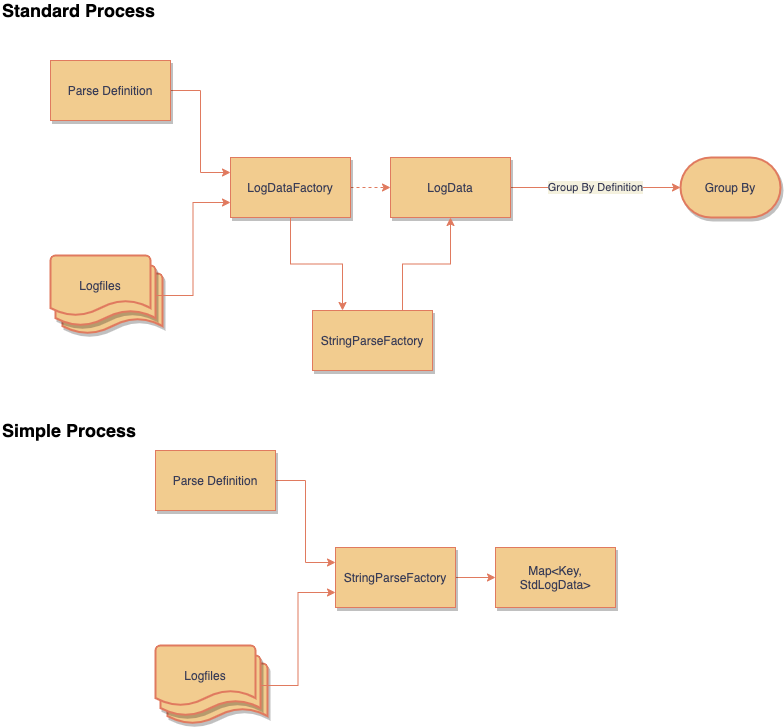
This is diagrams/Log_Parser-Processes.png from adobe/log-parser, a draw.io export, as it was before one commit. Source tidied: cells renumbered, new cells last; positions are measured from the earlier drawing's top-left corner, leaving out a move shared by most shapes.
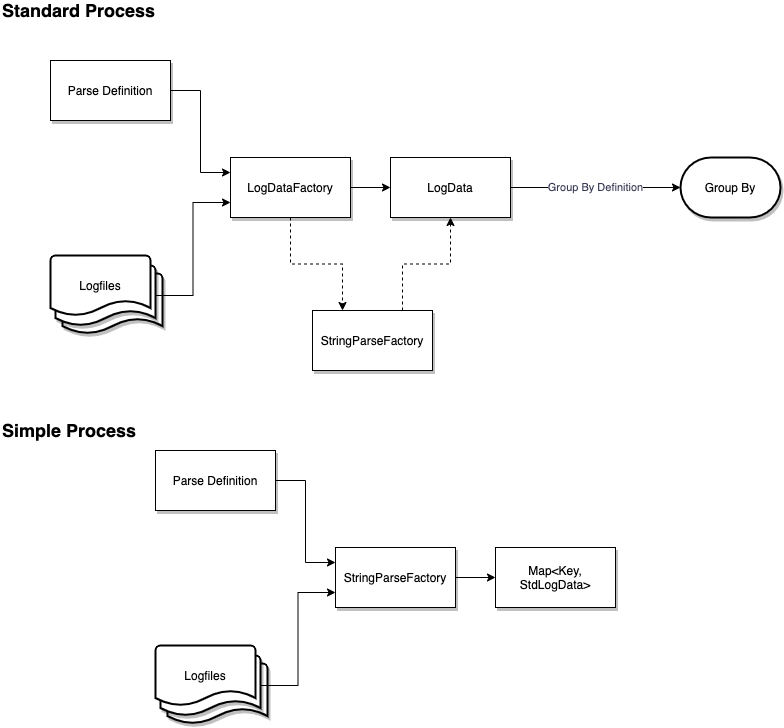
After the commit.

What changed in the source:
```diff
@@ -1,98 +1,98 @@
-<mxGraphModel background="#F4F1DE">
+<mxGraphModel background="#FFFFFF">
   <root>
     <mxCell id="0" />
     <mxCell id="1" parent="0" />
-    <mxCell id="2" style="edgeStyle=orthogonalEdgeStyle;rounded=0;jettySize=auto;html=1;exitX=1;exitY=0.5;exitDx=0;exitDy=0;entryX=0;entryY=0.25;entryDx=0;entryDy=0;labelBackgroundColor=#F4F1DE;strokeColor=#E07A5F;fontColor=#393C56;" parent="1" edge="1" source="3" target="9">
+    <mxCell id="2" style="edgeStyle=orthogonalEdgeStyle;rounded=0;jettySize=auto;html=1;exitX=1;exitY=0.5;exitDx=0;exitDy=0;entryX=0;entryY=0.25;entryDx=0;entryDy=0;labelBackgroundColor=#FFFFFF;fontColor=#393C56;" parent="1" edge="1" source="3" target="9">
       <mxGeometry relative="1" as="geometry" />
     </mxCell>
-    <mxCell id="3" value="Parse Definition" style="rounded=0;whiteSpace=wrap;html=1;fillColor=#F2CC8F;strokeColor=#E07A5F;fontColor=#393C56;shadow=1;" parent="1" vertex="1">
+    <mxCell id="3" value="Parse Definition" style="rounded=0;whiteSpace=wrap;html=1;shadow=1;labelBackgroundColor=#FFFFFF;" parent="1" vertex="1">
       <mxGeometry x="50" y="60" width="120" height="60" as="geometry" />
     </mxCell>
-    <mxCell id="4" style="group;fontColor=#393C56;" parent="1" vertex="1">
+    <mxCell id="4" style="group;labelBackgroundColor=#FFFFFF;" parent="1" vertex="1">
       <mxGeometry x="50" y="255" width="112" height="78" as="geometry" />
     </mxCell>
-    <mxCell id="5" style="strokeWidth=2;html=1;shape=mxgraph.flowchart.document2;whiteSpace=wrap;size=0.25;shadow=1;fillColor=#F2CC8F;strokeColor=#E07A5F;fontColor=#393C56;" parent="4" vertex="1">
+    <mxCell id="5" style="strokeWidth=2;html=1;shape=mxgraph.flowchart.document2;whiteSpace=wrap;size=0.25;shadow=1;labelBackgroundColor=#FFFFFF;" parent="4" vertex="1">
       <mxGeometry x="12" y="18" width="100" height="60" as="geometry" />
     </mxCell>
-    <mxCell id="6" style="strokeWidth=2;html=1;shape=mxgraph.flowchart.document2;whiteSpace=wrap;size=0.25;shadow=1;fillColor=#F2CC8F;strokeColor=#E07A5F;fontColor=#393C56;" parent="4" vertex="1">
+    <mxCell id="6" style="strokeWidth=2;html=1;shape=mxgraph.flowchart.document2;whiteSpace=wrap;size=0.25;shadow=1;labelBackgroundColor=#FFFFFF;" parent="4" vertex="1">
       <mxGeometry x="5" y="10" width="100" height="60" as="geometry" />
     </mxCell>
-    <mxCell id="7" value="Logfiles" style="strokeWidth=2;html=1;shape=mxgraph.flowchart.document2;whiteSpace=wrap;size=0.25;fillColor=#F2CC8F;strokeColor=#E07A5F;fontColor=#393C56;" parent="4" vertex="1">
+    <mxCell id="7" value="Logfiles" style="strokeWidth=2;html=1;shape=mxgraph.flowchart.document2;whiteSpace=wrap;size=0.25;labelBackgroundColor=#FFFFFF;" parent="4" vertex="1">
       <mxGeometry width="100" height="60" as="geometry" />
     </mxCell>
-    <mxCell id="8" style="edgeStyle=orthogonalEdgeStyle;rounded=0;jettySize=auto;html=1;exitX=1;exitY=0.5;exitDx=0;exitDy=0;entryX=0;entryY=0.5;entryDx=0;entryDy=0;strokeColor=#E07A5F;fontColor=#393C56;labelBackgroundColor=#F4F1DE;dashed=1;" parent="1" edge="1" source="9" target="13">
+    <mxCell id="8" style="edgeStyle=orthogonalEdgeStyle;rounded=0;jettySize=auto;html=1;exitX=1;exitY=0.5;exitDx=0;exitDy=0;entryX=0;entryY=0.5;entryDx=0;entryDy=0;fontColor=#393C56;labelBackgroundColor=#FFFFFF;" parent="1" edge="1" source="9" target="13">
       <mxGeometry relative="1" as="geometry" />
     </mxCell>
-    <mxCell id="9" value="LogDataFactory" style="rounded=0;whiteSpace=wrap;html=1;shadow=1;fillColor=#F2CC8F;strokeColor=#E07A5F;fontColor=#393C56;" parent="1" vertex="1">
+    <mxCell id="9" value="LogDataFactory" style="rounded=0;whiteSpace=wrap;html=1;shadow=1;labelBackgroundColor=#FFFFFF;" parent="1" vertex="1">
       <mxGeometry x="230" y="157" width="120" height="60" as="geometry" />
     </mxCell>
-    <mxCell id="10" value="Group By Definition" style="edgeStyle=orthogonalEdgeStyle;rounded=0;jettySize=auto;html=1;exitX=1;exitY=0.5;exitDx=0;exitDy=0;entryX=0;entryY=0.5;entryDx=0;entryDy=0;entryPerimeter=0;fontColor=#393C56;strokeColor=#E07A5F;labelBackgroundColor=#F4F1DE;" parent="1" edge="1" source="13" target="12">
+    <mxCell id="10" value="Group By Definition" style="edgeStyle=orthogonalEdgeStyle;rounded=0;jettySize=auto;html=1;exitX=1;exitY=0.5;exitDx=0;exitDy=0;entryX=0;entryY=0.5;entryDx=0;entryDy=0;entryPerimeter=0;fontColor=#393C56;labelBackgroundColor=#FFFFFF;" parent="1" edge="1" source="13" target="12">
       <mxGeometry relative="1" as="geometry" />
     </mxCell>
-    <mxCell id="11" style="edgeStyle=orthogonalEdgeStyle;rounded=0;orthogonalLoop=1;jettySize=auto;html=1;exitX=0.5;exitY=1;exitDx=0;exitDy=0;labelBackgroundColor=#F4F1DE;strokeColor=#E07A5F;fontColor=#393C56;" parent="1" edge="1">
+    <mxCell id="11" style="edgeStyle=orthogonalEdgeStyle;rounded=0;orthogonalLoop=1;jettySize=auto;html=1;exitX=0.5;exitY=1;exitDx=0;exitDy=0;labelBackgroundColor=#FFFFFF;fontColor=#393C56;" parent="1" edge="1">
       <mxGeometry relative="1" as="geometry">
         <mxPoint x="470" y="222" as="sourcePoint" />
         <mxPoint x="470" y="222" as="targetPoint" />
       </mxGeometry>
     </mxCell>
-    <mxCell id="12" value="Group By" style="strokeWidth=2;html=1;shape=mxgraph.flowchart.terminator;whiteSpace=wrap;shadow=1;strokeColor=#E07A5F;fontColor=#393C56;fillColor=#F2CC8F;" parent="1" vertex="1">
+    <mxCell id="12" value="Group By" style="strokeWidth=2;html=1;shape=mxgraph.flowchart.terminator;whiteSpace=wrap;shadow=1;labelBackgroundColor=#FFFFFF;" parent="1" vertex="1">
       <mxGeometry x="680" y="157" width="100" height="60" as="geometry" />
     </mxCell>
-    <mxCell id="13" value="LogData" style="rounded=0;whiteSpace=wrap;html=1;shadow=1;fillColor=#F2CC8F;strokeColor=#E07A5F;fontColor=#393C56;" parent="1" vertex="1">
+    <mxCell id="13" value="LogData" style="rounded=0;whiteSpace=wrap;html=1;shadow=1;labelBackgroundColor=#FFFFFF;" parent="1" vertex="1">
       <mxGeometry x="390" y="157" width="120" height="60" as="geometry" />
     </mxCell>
-    <mxCell id="14" style="edgeStyle=orthogonalEdgeStyle;rounded=0;jettySize=auto;html=1;exitX=1;exitY=0.5;exitDx=0;exitDy=0;exitPerimeter=0;entryX=0;entryY=0.75;entryDx=0;entryDy=0;fontColor=#393C56;labelBackgroundColor=#F4F1DE;strokeColor=#E07A5F;" parent="1" edge="1" source="6" target="9">
+    <mxCell id="14" style="edgeStyle=orthogonalEdgeStyle;rounded=0;jettySize=auto;html=1;exitX=1;exitY=0.5;exitDx=0;exitDy=0;exitPerimeter=0;entryX=0;entryY=0.75;entryDx=0;entryDy=0;fontColor=#393C56;labelBackgroundColor=#FFFFFF;" parent="1" edge="1" source="6" target="9">
       <mxGeometry relative="1" as="geometry" />
     </mxCell>
-    <mxCell id="15" style="edgeStyle=orthogonalEdgeStyle;rounded=0;jettySize=auto;html=1;exitX=1;exitY=0.5;exitDx=0;exitDy=0;entryX=0;entryY=0.25;entryDx=0;entryDy=0;labelBackgroundColor=#F4F1DE;strokeColor=#E07A5F;fontColor=#393C56;" parent="1" edge="1" source="16" target="22">
+    <mxCell id="15" style="edgeStyle=orthogonalEdgeStyle;rounded=0;jettySize=auto;html=1;exitX=1;exitY=0.5;exitDx=0;exitDy=0;entryX=0;entryY=0.25;entryDx=0;entryDy=0;labelBackgroundColor=#FFFFFF;fontColor=#393C56;" parent="1" edge="1" source="16" target="22">
       <mxGeometry relative="1" as="geometry" />
     </mxCell>
-    <mxCell id="16" value="Parse Definition" style="rounded=0;whiteSpace=wrap;html=1;fillColor=#F2CC8F;strokeColor=#E07A5F;fontColor=#393C56;shadow=1;" parent="1" vertex="1">
+    <mxCell id="16" value="Parse Definition" style="rounded=0;whiteSpace=wrap;html=1;shadow=1;labelBackgroundColor=#FFFFFF;" parent="1" vertex="1">
       <mxGeometry x="155" y="450" width="120" height="60" as="geometry" />
     </mxCell>
-    <mxCell id="17" style="group;fontColor=#393C56;" parent="1" vertex="1">
+    <mxCell id="17" style="group;labelBackgroundColor=#FFFFFF;" parent="1" vertex="1">
       <mxGeometry x="155" y="645" width="112" height="78" as="geometry" />
     </mxCell>
-    <mxCell id="18" style="strokeWidth=2;html=1;shape=mxgraph.flowchart.document2;whiteSpace=wrap;size=0.25;shadow=1;fillColor=#F2CC8F;strokeColor=#E07A5F;fontColor=#393C56;" parent="17" vertex="1">
+    <mxCell id="18" style="strokeWidth=2;html=1;shape=mxgraph.flowchart.document2;whiteSpace=wrap;size=0.25;shadow=1;labelBackgroundColor=#FFFFFF;" parent="17" vertex="1">
       <mxGeometry x="12" y="18" width="100" height="60" as="geometry" />
     </mxCell>
-    <mxCell id="19" style="strokeWidth=2;html=1;shape=mxgraph.flowchart.document2;whiteSpace=wrap;size=0.25;shadow=1;fillColor=#F2CC8F;strokeColor=#E07A5F;fontColor=#393C56;" parent="17" vertex="1">
+    <mxCell id="19" style="strokeWidth=2;html=1;shape=mxgraph.flowchart.document2;whiteSpace=wrap;size=0.25;shadow=1;labelBackgroundColor=#FFFFFF;" parent="17" vertex="1">
       <mxGeometry x="5" y="10" width="100" height="60" as="geometry" />
     </mxCell>
-    <mxCell id="20" value="Logfiles" style="strokeWidth=2;html=1;shape=mxgraph.flowchart.document2;whiteSpace=wrap;size=0.25;fillColor=#F2CC8F;strokeColor=#E07A5F;fontColor=#393C56;" parent="17" vertex="1">
+    <mxCell id="20" value="Logfiles" style="strokeWidth=2;html=1;shape=mxgraph.flowchart.document2;whiteSpace=wrap;size=0.25;labelBackgroundColor=#FFFFFF;" parent="17" vertex="1">
       <mxGeometry width="100" height="60" as="geometry" />
     </mxCell>
-    <mxCell id="21" style="edgeStyle=orthogonalEdgeStyle;rounded=0;jettySize=auto;html=1;exitX=1;exitY=0.5;exitDx=0;exitDy=0;entryX=0;entryY=0.5;entryDx=0;entryDy=0;strokeColor=#E07A5F;fontColor=#393C56;labelBackgroundColor=#F4F1DE;" parent="1" edge="1" source="22" target="24">
+    <mxCell id="21" style="edgeStyle=orthogonalEdgeStyle;rounded=0;jettySize=auto;html=1;exitX=1;exitY=0.5;exitDx=0;exitDy=0;entryX=0;entryY=0.5;entryDx=0;entryDy=0;fontColor=#393C56;labelBackgroundColor=#FFFFFF;" parent="1" edge="1" source="22" target="24">
       <mxGeometry relative="1" as="geometry" />
     </mxCell>
-    <mxCell id="22" value="StringParseFactory" style="rounded=0;whiteSpace=wrap;html=1;shadow=1;fillColor=#F2CC8F;strokeColor=#E07A5F;fontColor=#393C56;" parent="1" vertex="1">
+    <mxCell id="22" value="StringParseFactory" style="rounded=0;whiteSpace=wrap;html=1;shadow=1;labelBackgroundColor=#FFFFFF;" parent="1" vertex="1">
       <mxGeometry x="335" y="547" width="120" height="60" as="geometry" />
     </mxCell>
-    <mxCell id="23" style="edgeStyle=orthogonalEdgeStyle;rounded=0;orthogonalLoop=1;jettySize=auto;html=1;exitX=0.5;exitY=1;exitDx=0;exitDy=0;labelBackgroundColor=#F4F1DE;strokeColor=#E07A5F;fontColor=#393C56;" parent="1" edge="1">
+    <mxCell id="23" style="edgeStyle=orthogonalEdgeStyle;rounded=0;orthogonalLoop=1;jettySize=auto;html=1;exitX=0.5;exitY=1;exitDx=0;exitDy=0;labelBackgroundColor=#FFFFFF;fontColor=#393C56;" parent="1" edge="1">
       <mxGeometry relative="1" as="geometry">
         <mxPoint x="575" y="612" as="sourcePoint" />
         <mxPoint x="575" y="612" as="targetPoint" />
       </mxGeometry>
     </mxCell>
-    <mxCell id="24" value="Map&amp;lt;Key, StdLogData&amp;gt;" style="rounded=0;whiteSpace=wrap;html=1;shadow=1;fillColor=#F2CC8F;strokeColor=#E07A5F;fontColor=#393C56;" parent="1" vertex="1">
+    <mxCell id="24" value="Map&amp;lt;Key, StdLogData&amp;gt;" style="rounded=0;whiteSpace=wrap;html=1;shadow=1;labelBackgroundColor=#FFFFFF;" parent="1" vertex="1">
       <mxGeometry x="495" y="547" width="120" height="60" as="geometry" />
     </mxCell>
-    <mxCell id="25" style="edgeStyle=orthogonalEdgeStyle;rounded=0;jettySize=auto;html=1;exitX=1;exitY=0.5;exitDx=0;exitDy=0;exitPerimeter=0;entryX=0;entryY=0.75;entryDx=0;entryDy=0;fontColor=#393C56;labelBackgroundColor=#F4F1DE;strokeColor=#E07A5F;" parent="1" edge="1" source="19" target="22">
+    <mxCell id="25" style="edgeStyle=orthogonalEdgeStyle;rounded=0;jettySize=auto;html=1;exitX=1;exitY=0.5;exitDx=0;exitDy=0;exitPerimeter=0;entryX=0;entryY=0.75;entryDx=0;entryDy=0;fontColor=#393C56;labelBackgroundColor=#FFFFFF;" parent="1" edge="1" source="19" target="22">
       <mxGeometry relative="1" as="geometry" />
     </mxCell>
-    <mxCell id="26" value="StringParseFactory" style="rounded=0;whiteSpace=wrap;html=1;shadow=1;fillColor=#F2CC8F;strokeColor=#E07A5F;fontColor=#393C56;" parent="1" vertex="1">
+    <mxCell id="26" value="StringParseFactory" style="rounded=0;whiteSpace=wrap;html=1;shadow=1;labelBackgroundColor=#FFFFFF;" parent="1" vertex="1">
       <mxGeometry x="312" y="310" width="120" height="60" as="geometry" />
     </mxCell>
-    <mxCell id="27" style="edgeStyle=orthogonalEdgeStyle;rounded=0;jettySize=auto;html=1;exitX=0.5;exitY=1;exitDx=0;exitDy=0;fontColor=#393C56;labelBackgroundColor=#F4F1DE;strokeColor=#E07A5F;entryX=0.25;entryY=0;entryDx=0;entryDy=0;" parent="1" edge="1" source="9" target="26">
+    <mxCell id="27" style="edgeStyle=orthogonalEdgeStyle;rounded=0;jettySize=auto;html=1;exitX=0.5;exitY=1;exitDx=0;exitDy=0;fontColor=#393C56;labelBackgroundColor=#FFFFFF;entryX=0.25;entryY=0;entryDx=0;entryDy=0;dashed=1;" parent="1" edge="1" source="9" target="26">
       <mxGeometry relative="1" as="geometry" />
     </mxCell>
-    <mxCell id="28" style="edgeStyle=orthogonalEdgeStyle;rounded=0;jettySize=auto;html=1;entryX=0.5;entryY=1;entryDx=0;entryDy=0;fontColor=#393C56;labelBackgroundColor=#F4F1DE;strokeColor=#E07A5F;exitX=0.75;exitY=0;exitDx=0;exitDy=0;" parent="1" edge="1" source="26" target="13">
+    <mxCell id="28" style="edgeStyle=orthogonalEdgeStyle;rounded=0;jettySize=auto;html=1;entryX=0.5;entryY=1;entryDx=0;entryDy=0;fontColor=#393C56;labelBackgroundColor=#FFFFFF;exitX=0.75;exitY=0;exitDx=0;exitDy=0;dashed=1;" parent="1" edge="1" source="26" target="13">
       <mxGeometry relative="1" as="geometry" />
     </mxCell>
-    <mxCell id="29" value="Simple Process" style="text;html=1;strokeColor=none;fillColor=none;align=left;verticalAlign=middle;whiteSpace=wrap;rounded=0;fontSize=18;fontStyle=1;" parent="1" vertex="1">
+    <mxCell id="29" value="Simple Process" style="text;html=1;align=left;verticalAlign=middle;whiteSpace=wrap;rounded=0;fontSize=18;fontStyle=1;labelBackgroundColor=#FFFFFF;" parent="1" vertex="1">
       <mxGeometry y="420" width="220" height="20" as="geometry" />
     </mxCell>
-    <mxCell id="30" value="Standard Process" style="text;html=1;strokeColor=none;fillColor=none;align=left;verticalAlign=middle;whiteSpace=wrap;rounded=0;fontSize=18;fontStyle=1;" parent="1" vertex="1">
+    <mxCell id="30" value="Standard Process" style="text;html=1;align=left;verticalAlign=middle;whiteSpace=wrap;rounded=0;fontSize=18;fontStyle=1;labelBackgroundColor=#FFFFFF;" parent="1" vertex="1">
       <mxGeometry width="220" height="20" as="geometry" />
     </mxCell>
   </root>
```
